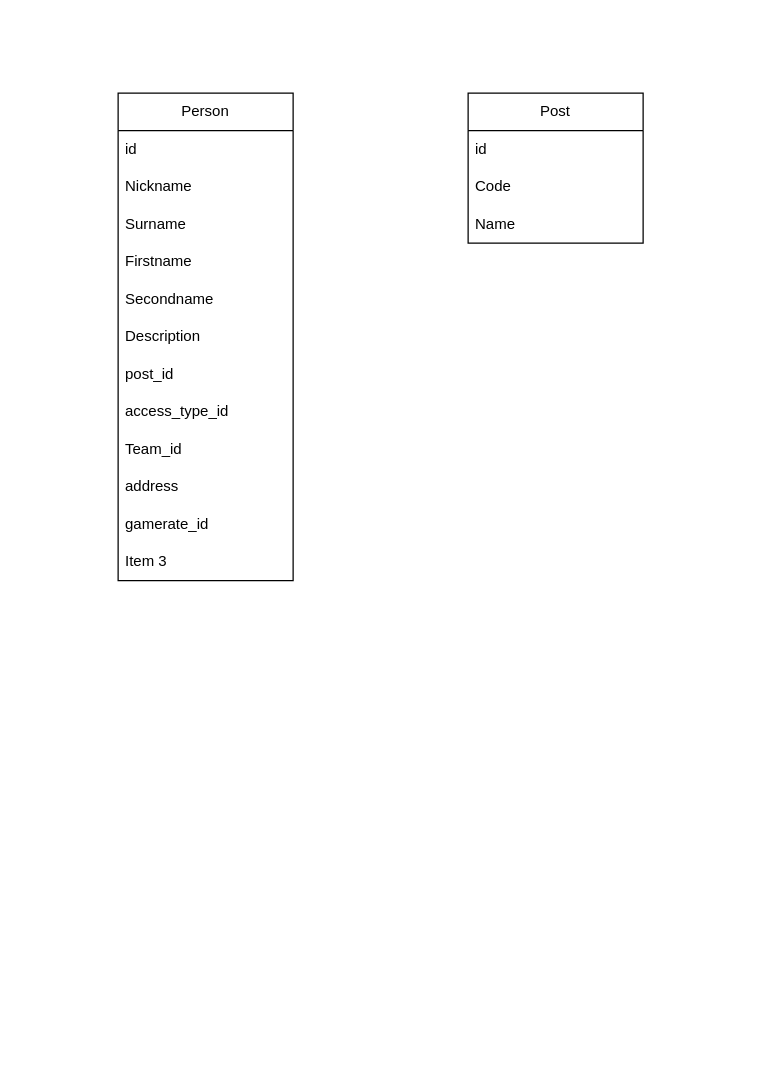
Before: game_base_scheme1.drawio in Sergvm346/Game, a draw.io diagram. Source tidied: cells renumbered, new cells numbered last; positions are measured from the earlier drawing's top-left corner, leaving out a move shared by most shapes. Both pictures are drawn from the tidied source at 125%, with x=0, y=0 at pixel (118, 92).
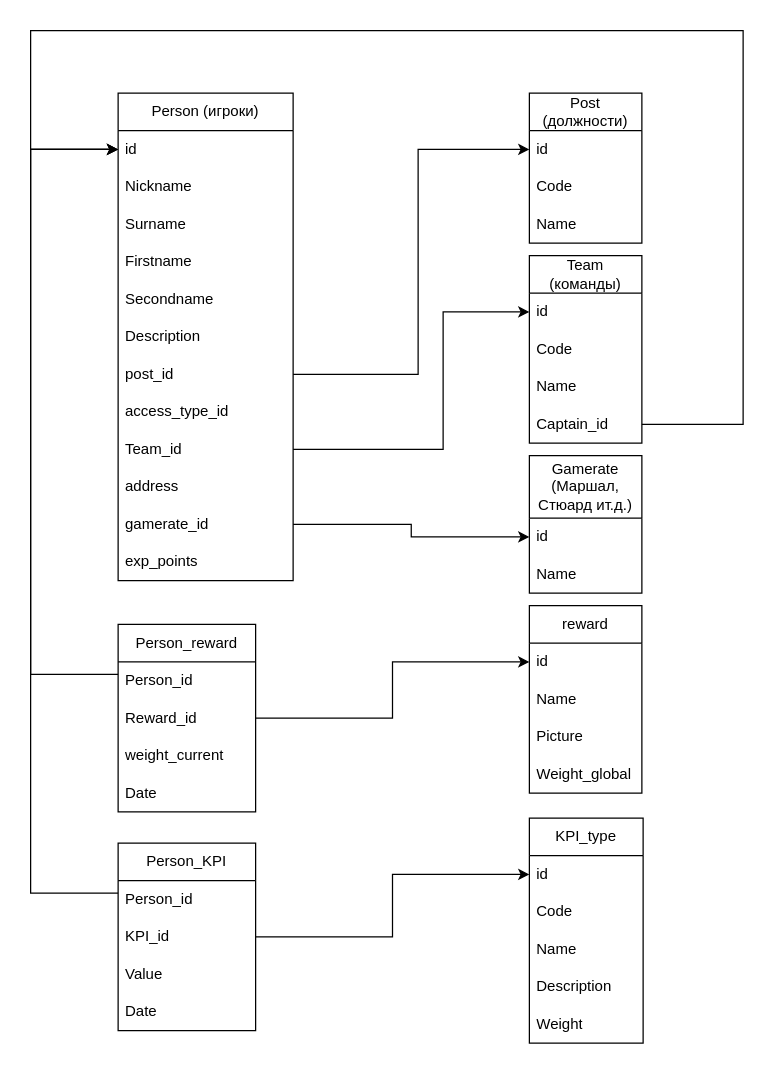
Above is the later version.

The change refers to these unchanged cells:
```xml
<mxCell id="3" value="id" style="text;strokeColor=none;fillColor=none;align=left;verticalAlign=middle;spacingLeft=4;spacingRight=4;overflow=hidden;points=[[0,0.5],[1,0.5]];portConstraint=eastwest;whiteSpace=wrap;html=1;" parent="2" vertex="1">
  <mxGeometry y="30" width="140" height="30" as="geometry" />
</mxCell>
<mxCell id="9" value="post_id" style="text;strokeColor=none;fillColor=none;align=left;verticalAlign=middle;spacingLeft=4;spacingRight=4;overflow=hidden;points=[[0,0.5],[1,0.5]];portConstraint=eastwest;whiteSpace=wrap;html=1;" parent="2" vertex="1">
  <mxGeometry y="210" width="140" height="30" as="geometry" />
</mxCell>
<mxCell id="11" value="Team_id" style="text;strokeColor=none;fillColor=none;align=left;verticalAlign=middle;spacingLeft=4;spacingRight=4;overflow=hidden;points=[[0,0.5],[1,0.5]];portConstraint=eastwest;whiteSpace=wrap;html=1;" parent="2" vertex="1">
  <mxGeometry y="270" width="140" height="30" as="geometry" />
</mxCell>
<mxCell id="13" value="gamerate_id" style="text;strokeColor=none;fillColor=none;align=left;verticalAlign=middle;spacingLeft=4;spacingRight=4;overflow=hidden;points=[[0,0.5],[1,0.5]];portConstraint=eastwest;whiteSpace=wrap;html=1;" parent="2" vertex="1">
  <mxGeometry y="330" width="140" height="30" as="geometry" />
</mxCell>
```

Diff of the diagram source:
```diff
@@
-    <mxCell id="2" value="Person" style="swimlane;fontStyle=0;horizontal=1;startSize=30;whiteSpace=wrap;html=1;" parent="1" vertex="1">
+    <mxCell id="2" value="Person (игроки)" style="swimlane;fontStyle=0;horizontal=1;startSize=30;whiteSpace=wrap;html=1;align=center;" parent="1" vertex="1">
       <mxGeometry width="140" height="390" as="geometry" />
     </mxCell>
@@
-    <mxCell id="14" value="Item 3" style="text;strokeColor=none;fillColor=none;align=left;verticalAlign=middle;spacingLeft=4;spacingRight=4;overflow=hidden;whiteSpace=wrap;html=1;" parent="2" vertex="1">
+    <mxCell id="14" value="exp_points" style="text;strokeColor=none;fillColor=none;align=left;verticalAlign=middle;spacingLeft=4;spacingRight=4;overflow=hidden;whiteSpace=wrap;html=1;" parent="2" vertex="1">
       <mxGeometry y="360" width="140" height="30" as="geometry" />
     </mxCell>
-    <mxCell id="15" value="Post" style="swimlane;fontStyle=0;horizontal=1;startSize=30;whiteSpace=wrap;html=1;" parent="1" vertex="1">
-      <mxGeometry x="280" width="140" height="120" as="geometry" />
+    <mxCell id="15" value="Post (должности)" style="swimlane;fontStyle=0;horizontal=1;startSize=30;whiteSpace=wrap;html=1;" parent="1" vertex="1">
+      <mxGeometry x="329" width="90" height="120" as="geometry" />
     </mxCell>
     <mxCell id="16" value="id" style="text;strokeColor=none;fillColor=none;align=left;verticalAlign=middle;spacingLeft=4;spacingRight=4;overflow=hidden;points=[[0,0.5],[1,0.5]];portConstraint=eastwest;whiteSpace=wrap;html=1;" parent="15" vertex="1">
-      <mxGeometry y="30" width="140" height="30" as="geometry" />
+      <mxGeometry y="30" width="90" height="30" as="geometry" />
     </mxCell>
     <mxCell id="17" value="Code" style="text;strokeColor=none;fillColor=none;align=left;verticalAlign=middle;spacingLeft=4;spacingRight=4;overflow=hidden;whiteSpace=wrap;html=1;" parent="15" vertex="1">
-      <mxGeometry y="60" width="140" height="30" as="geometry" />
+      <mxGeometry y="60" width="90" height="30" as="geometry" />
     </mxCell>
     <mxCell id="18" value="Name" style="text;strokeColor=none;fillColor=none;align=left;verticalAlign=middle;spacingLeft=4;spacingRight=4;overflow=hidden;whiteSpace=wrap;html=1;" parent="15" vertex="1">
-      <mxGeometry y="90" width="140" height="30" as="geometry" />
+      <mxGeometry y="90" width="90" height="30" as="geometry" />
     </mxCell>
+    <mxCell id="19" style="edgeStyle=orthogonalEdgeStyle;rounded=0;jettySize=auto;html=1;" parent="1" edge="1" source="9" target="16">
+      <mxGeometry relative="1" as="geometry">
+        <Array as="points">
+          <mxPoint x="240" y="225" />
+          <mxPoint x="240" y="45" />
+        </Array>
+      </mxGeometry>
+    </mxCell>
+    <mxCell id="20" value="Team (команды)" style="swimlane;fontStyle=0;horizontal=1;startSize=30;whiteSpace=wrap;html=1;" parent="1" vertex="1">
+      <mxGeometry x="329" y="130" width="90" height="150" as="geometry" />
+    </mxCell>
+    <mxCell id="21" value="id" style="text;strokeColor=none;fillColor=none;align=left;verticalAlign=middle;spacingLeft=4;spacingRight=4;overflow=hidden;points=[[0,0.5],[1,0.5]];portConstraint=eastwest;whiteSpace=wrap;html=1;" parent="20" vertex="1">
+      <mxGeometry y="30" width="90" height="30" as="geometry" />
+    </mxCell>
+    <mxCell id="22" value="Code" style="text;strokeColor=none;fillColor=none;align=left;verticalAlign=middle;spacingLeft=4;spacingRight=4;overflow=hidden;whiteSpace=wrap;html=1;" parent="20" vertex="1">
+      <mxGeometry y="60" width="90" height="30" as="geometry" />
+    </mxCell>
+    <mxCell id="23" value="Name" style="text;strokeColor=none;fillColor=none;align=left;verticalAlign=middle;spacingLeft=4;spacingRight=4;overflow=hidden;whiteSpace=wrap;html=1;" parent="20" vertex="1">
+      <mxGeometry y="90" width="90" height="30" as="geometry" />
+    </mxCell>
+    <mxCell id="24" value="Captain_id" style="text;strokeColor=none;fillColor=none;align=left;verticalAlign=middle;spacingLeft=4;spacingRight=4;overflow=hidden;points=[[0,0.5],[1,0.5]];portConstraint=eastwest;whiteSpace=wrap;html=1;" parent="20" vertex="1">
+      <mxGeometry y="120" width="90" height="30" as="geometry" />
+    </mxCell>
+    <mxCell id="25" style="edgeStyle=orthogonalEdgeStyle;rounded=0;jettySize=auto;html=1;" parent="1" edge="1" source="24" target="3">
+      <mxGeometry relative="1" as="geometry">
+        <Array as="points">
+          <mxPoint x="500" y="265" />
+          <mxPoint x="500" y="-50" />
+          <mxPoint x="-70" y="-50" />
+          <mxPoint x="-70" y="45" />
+        </Array>
+      </mxGeometry>
+    </mxCell>
+    <mxCell id="26" style="edgeStyle=orthogonalEdgeStyle;rounded=0;jettySize=auto;html=1;entryX=0;entryY=0.5;entryDx=0;entryDy=0;" parent="1" edge="1" source="11" target="21">
+      <mxGeometry relative="1" as="geometry">
+        <Array as="points">
+          <mxPoint x="260" y="285" />
+          <mxPoint x="260" y="175" />
+        </Array>
+      </mxGeometry>
+    </mxCell>
+    <mxCell id="27" value="Gamerate (Маршал, Стюард ит.д.)" style="swimlane;fontStyle=0;horizontal=1;startSize=50;whiteSpace=wrap;html=1;" parent="1" vertex="1">
+      <mxGeometry x="329" y="290" width="90" height="110" as="geometry" />
+    </mxCell>
+    <mxCell id="28" value="id" style="text;strokeColor=none;fillColor=none;align=left;verticalAlign=middle;spacingLeft=4;spacingRight=4;overflow=hidden;points=[[0,0.5],[1,0.5]];portConstraint=eastwest;whiteSpace=wrap;html=1;" parent="27" vertex="1">
+      <mxGeometry y="50" width="90" height="30" as="geometry" />
+    </mxCell>
+    <mxCell id="29" value="Name" style="text;strokeColor=none;fillColor=none;align=left;verticalAlign=middle;spacingLeft=4;spacingRight=4;overflow=hidden;whiteSpace=wrap;html=1;" parent="27" vertex="1">
+      <mxGeometry y="80" width="90" height="30" as="geometry" />
+    </mxCell>
+    <mxCell id="30" style="edgeStyle=orthogonalEdgeStyle;rounded=0;jettySize=auto;html=1;" parent="1" edge="1" source="13" target="28">
+      <mxGeometry relative="1" as="geometry" />
+    </mxCell>
+    <mxCell id="31" value="reward" style="swimlane;fontStyle=0;horizontal=1;startSize=30;whiteSpace=wrap;html=1;" parent="1" vertex="1">
+      <mxGeometry x="329" y="410" width="90" height="150" as="geometry" />
+    </mxCell>
+    <mxCell id="32" value="id" style="text;strokeColor=none;fillColor=none;align=left;verticalAlign=middle;spacingLeft=4;spacingRight=4;overflow=hidden;points=[[0,0.5],[1,0.5]];portConstraint=eastwest;whiteSpace=wrap;html=1;" parent="31" vertex="1">
+      <mxGeometry y="30" width="90" height="30" as="geometry" />
+    </mxCell>
+    <mxCell id="33" value="Name" style="text;strokeColor=none;fillColor=none;align=left;verticalAlign=middle;spacingLeft=4;spacingRight=4;overflow=hidden;whiteSpace=wrap;html=1;" parent="31" vertex="1">
+      <mxGeometry y="60" width="90" height="30" as="geometry" />
+    </mxCell>
+    <mxCell id="34" value="Picture" style="text;strokeColor=none;fillColor=none;align=left;verticalAlign=middle;spacingLeft=4;spacingRight=4;overflow=hidden;whiteSpace=wrap;html=1;" parent="31" vertex="1">
+      <mxGeometry y="90" width="90" height="30" as="geometry" />
+    </mxCell>
+    <mxCell id="35" value="Weight_global" style="text;strokeColor=none;fillColor=none;align=left;verticalAlign=middle;spacingLeft=4;spacingRight=4;overflow=hidden;whiteSpace=wrap;html=1;" parent="31" vertex="1">
+      <mxGeometry y="120" width="90" height="30" as="geometry" />
+    </mxCell>
+    <mxCell id="36" value="Person_reward" style="swimlane;fontStyle=0;horizontal=1;startSize=30;whiteSpace=wrap;html=1;" parent="1" vertex="1">
+      <mxGeometry y="425" width="110" height="150" as="geometry" />
+    </mxCell>
+    <mxCell id="37" value="Person_id" style="text;strokeColor=none;fillColor=none;align=left;verticalAlign=middle;spacingLeft=4;spacingRight=4;overflow=hidden;points=[[0,0.5],[1,0.5]];portConstraint=eastwest;whiteSpace=wrap;html=1;" parent="36" vertex="1">
+      <mxGeometry y="30" width="110" height="30" as="geometry" />
+    </mxCell>
+    <mxCell id="38" value="Reward_id" style="text;strokeColor=none;fillColor=none;align=left;verticalAlign=middle;spacingLeft=4;spacingRight=4;overflow=hidden;points=[[0,0.5],[1,0.5]];portConstraint=eastwest;whiteSpace=wrap;html=1;" parent="36" vertex="1">
+      <mxGeometry y="60" width="110" height="30" as="geometry" />
+    </mxCell>
+    <mxCell id="39" value="weight_current" style="text;strokeColor=none;fillColor=none;align=left;verticalAlign=middle;spacingLeft=4;spacingRight=4;overflow=hidden;whiteSpace=wrap;html=1;" parent="36" vertex="1">
+      <mxGeometry y="90" width="110" height="30" as="geometry" />
+    </mxCell>
+    <mxCell id="40" value="Date" style="text;strokeColor=none;fillColor=none;align=left;verticalAlign=middle;spacingLeft=4;spacingRight=4;overflow=hidden;whiteSpace=wrap;html=1;" parent="36" vertex="1">
+      <mxGeometry y="120" width="110" height="30" as="geometry" />
+    </mxCell>
+    <mxCell id="41" style="edgeStyle=orthogonalEdgeStyle;rounded=0;jettySize=auto;html=1;entryX=0;entryY=0.5;entryDx=0;entryDy=0;" parent="1" edge="1" source="38" target="32">
+      <mxGeometry relative="1" as="geometry" />
+    </mxCell>
+    <mxCell id="42" style="edgeStyle=orthogonalEdgeStyle;rounded=0;jettySize=auto;html=1;entryX=0;entryY=0.5;entryDx=0;entryDy=0;" parent="1" edge="1" source="37" target="3">
+      <mxGeometry relative="1" as="geometry">
+        <Array as="points">
+          <mxPoint x="-70" y="465" />
+          <mxPoint x="-70" y="45" />
+        </Array>
+      </mxGeometry>
+    </mxCell>
+    <mxCell id="43" value="KPI_type" style="swimlane;fontStyle=0;horizontal=1;startSize=30;whiteSpace=wrap;html=1;" parent="1" vertex="1">
+      <mxGeometry x="329" y="580" width="91" height="180" as="geometry" />
+    </mxCell>
+    <mxCell id="44" value="id" style="text;strokeColor=none;fillColor=none;align=left;verticalAlign=middle;spacingLeft=4;spacingRight=4;overflow=hidden;points=[[0,0.5],[1,0.5]];portConstraint=eastwest;whiteSpace=wrap;html=1;" parent="43" vertex="1">
+      <mxGeometry y="30" width="91" height="30" as="geometry" />
+    </mxCell>
+    <mxCell id="45" value="Code" style="text;strokeColor=none;fillColor=none;align=left;verticalAlign=middle;spacingLeft=4;spacingRight=4;overflow=hidden;whiteSpace=wrap;html=1;" parent="43" vertex="1">
+      <mxGeometry y="60" width="91" height="30" as="geometry" />
+    </mxCell>
+    <mxCell id="46" value="Name" style="text;strokeColor=none;fillColor=none;align=left;verticalAlign=middle;spacingLeft=4;spacingRight=4;overflow=hidden;whiteSpace=wrap;html=1;" parent="43" vertex="1">
+      <mxGeometry y="90" width="91" height="30" as="geometry" />
+    </mxCell>
+    <mxCell id="47" value="Description" style="text;strokeColor=none;fillColor=none;align=left;verticalAlign=middle;spacingLeft=4;spacingRight=4;overflow=hidden;whiteSpace=wrap;html=1;" parent="43" vertex="1">
+      <mxGeometry y="120" width="91" height="30" as="geometry" />
+    </mxCell>
+    <mxCell id="48" value="Weight" style="text;strokeColor=none;fillColor=none;align=left;verticalAlign=middle;spacingLeft=4;spacingRight=4;overflow=hidden;whiteSpace=wrap;html=1;" parent="43" vertex="1">
+      <mxGeometry y="150" width="91" height="30" as="geometry" />
+    </mxCell>
+    <mxCell id="49" value="Person_KPI" style="swimlane;fontStyle=0;horizontal=1;startSize=30;whiteSpace=wrap;html=1;" parent="1" vertex="1">
+      <mxGeometry y="600" width="110" height="150" as="geometry" />
+    </mxCell>
+    <mxCell id="50" value="Person_id" style="text;strokeColor=none;fillColor=none;align=left;verticalAlign=middle;spacingLeft=4;spacingRight=4;overflow=hidden;points=[[0,0.5],[1,0.5]];portConstraint=eastwest;whiteSpace=wrap;html=1;" parent="49" vertex="1">
+      <mxGeometry y="30" width="110" height="30" as="geometry" />
+    </mxCell>
+    <mxCell id="51" value="KPI_id" style="text;strokeColor=none;fillColor=none;align=left;verticalAlign=middle;spacingLeft=4;spacingRight=4;overflow=hidden;points=[[0,0.5],[1,0.5]];portConstraint=eastwest;whiteSpace=wrap;html=1;" parent="49" vertex="1">
+      <mxGeometry y="60" width="110" height="30" as="geometry" />
+    </mxCell>
+    <mxCell id="52" value="Value" style="text;strokeColor=none;fillColor=none;align=left;verticalAlign=middle;spacingLeft=4;spacingRight=4;overflow=hidden;whiteSpace=wrap;html=1;" parent="49" vertex="1">
+      <mxGeometry y="90" width="110" height="30" as="geometry" />
+    </mxCell>
+    <mxCell id="53" value="Date" style="text;strokeColor=none;fillColor=none;align=left;verticalAlign=middle;spacingLeft=4;spacingRight=4;overflow=hidden;whiteSpace=wrap;html=1;" parent="49" vertex="1">
+      <mxGeometry y="120" width="110" height="30" as="geometry" />
+    </mxCell>
+    <mxCell id="54" style="edgeStyle=orthogonalEdgeStyle;rounded=0;jettySize=auto;html=1;" parent="1" edge="1" source="50" target="3">
+      <mxGeometry relative="1" as="geometry">
+        <Array as="points">
+          <mxPoint x="-70" y="640" />
+          <mxPoint x="-70" y="45" />
+        </Array>
+      </mxGeometry>
+    </mxCell>
+    <mxCell id="55" style="edgeStyle=orthogonalEdgeStyle;rounded=0;jettySize=auto;html=1;entryX=0;entryY=0.5;entryDx=0;entryDy=0;" parent="1" edge="1" source="51" target="44">
+      <mxGeometry relative="1" as="geometry" />
+    </mxCell>
```
